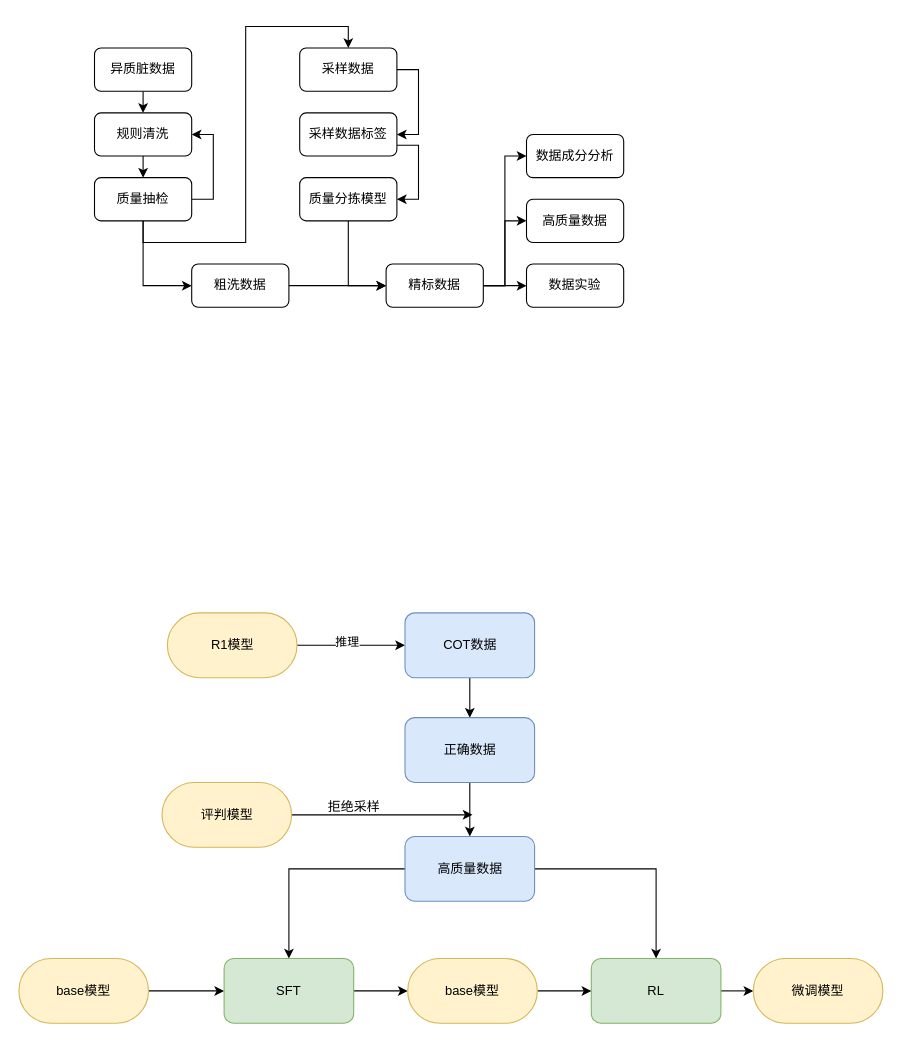
Earlier version of the draw.io diagram 备案图.drawio (xvnlp77/draw_graph). Source tidied: cells renumbered, new cells numbered last; positions are measured from the earlier drawing's top-left corner, leaving out a move shared by most shapes. Both pictures are drawn from the tidied source at 108%, with x=0, y=0 at pixel (18, 48).
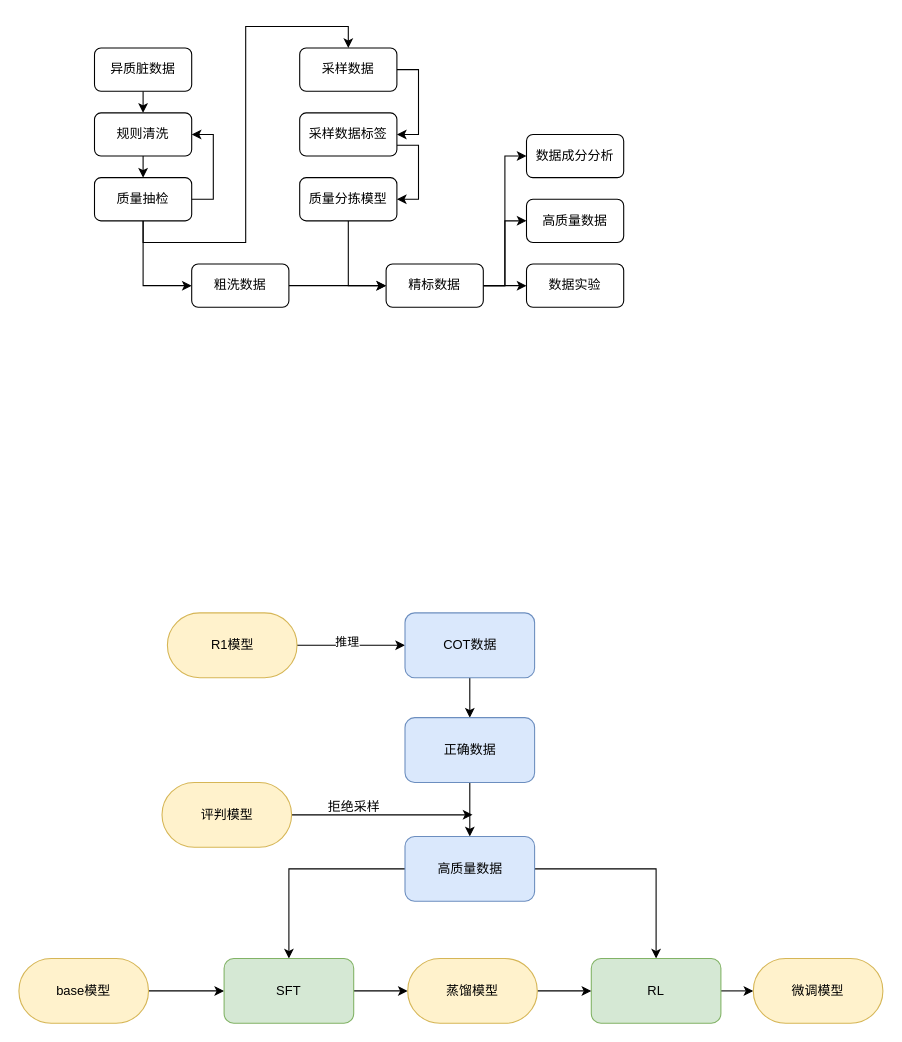
The same diagram, later.

Commit message:
更新备案图.drawio

What changed in the source:
```diff
@@
-    <mxCell id="44" value="base模型" style="rounded=1;whiteSpace=wrap;html=1;arcSize=50;fillColor=#fff2cc;strokeColor=#d6b656;" parent="1" vertex="1">
+    <mxCell id="44" value="蒸馏模型" style="rounded=1;whiteSpace=wrap;html=1;arcSize=50;fillColor=#fff2cc;strokeColor=#d6b656;" parent="1" vertex="1">
       <mxGeometry x="360" y="843" width="120" height="60" as="geometry" />
     </mxCell>
```
